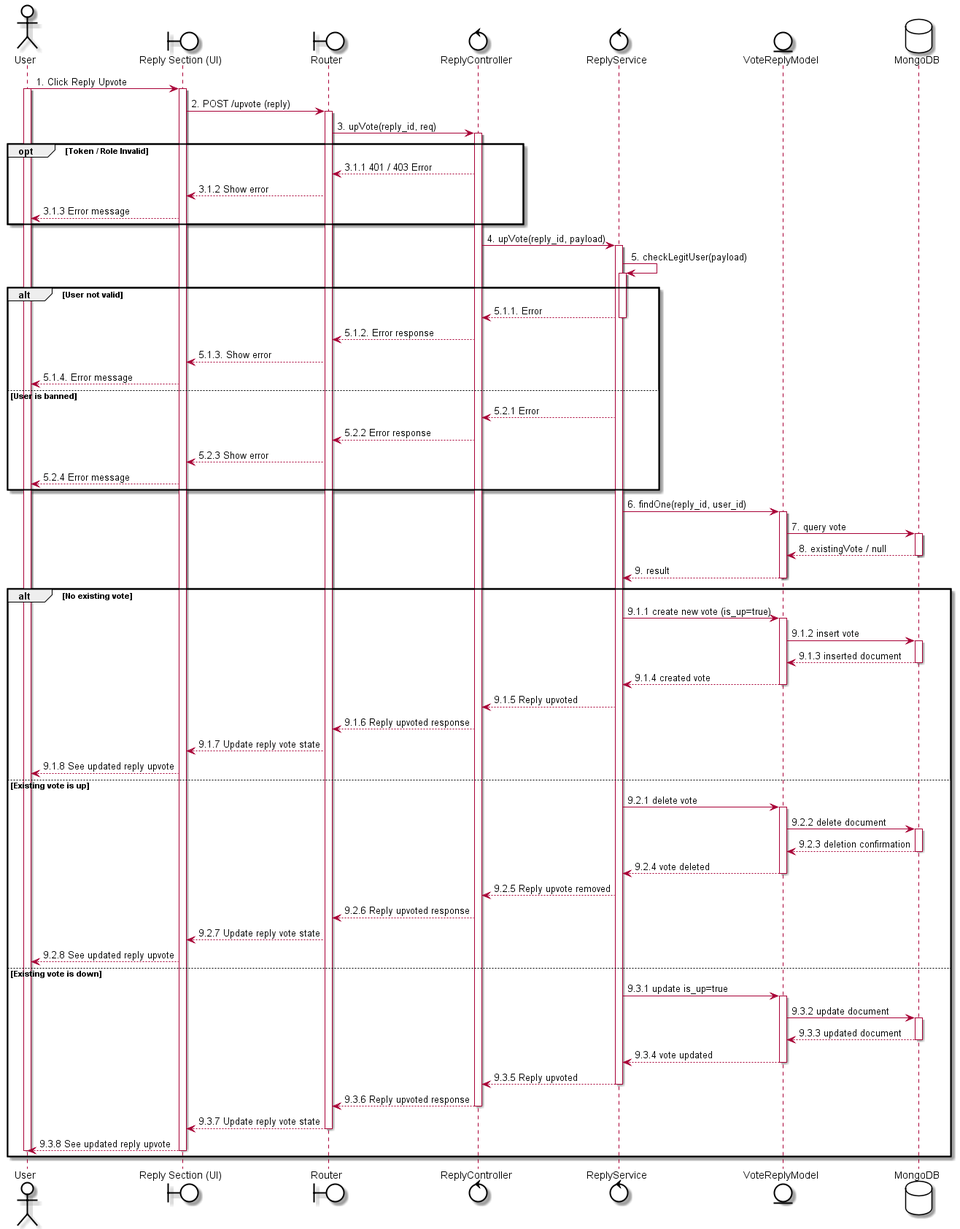
This is out/uc48 - upvote reply/uc48 - upvote reply.png from LGK1412/sequence_sep490_01, a PlantUML export, as it was before one commit. Source of this version:
```plantuml
@startuml
skinparam {
    ActorBackgroundColor #FFFFFF
    BoundaryBackgroundColor #FFFFFF
    ControlBackgroundColor #FFFFFF
    EntityBackgroundColor #FFFFFF
    DatabaseBackgroundColor #FFFFFF

    ActorBorderColor black
    BoundaryBorderColor black
    ControlBorderColor black
    EntityBorderColor black
    DatabaseBorderColor black
}

actor User
boundary "Reply Section (UI)" as UI
boundary Router
control ReplyController
control ReplyService
entity VoteReplyModel
database MongoDB

User -> UI: 1. Click Reply Upvote
activate User
activate UI

UI -> Router: 2. POST /upvote (reply)
activate Router

Router -> ReplyController: 3. upVote(reply_id, req)
activate ReplyController

opt Token / Role Invalid
    ReplyController --> Router: 3.1.1 401 / 403 Error
    Router --> UI: 3.1.2 Show error
    UI --> User: 3.1.3 Error message
end

ReplyController -> ReplyService: 4. upVote(reply_id, payload)
activate ReplyService

ReplyService -> ReplyService: 5. checkLegitUser(payload)
activate ReplyService

alt User not valid
    ReplyService --> ReplyController: 5.1.1. Error
    deactivate ReplyService
    ReplyController --> Router: 5.1.2. Error response
    Router --> UI: 5.1.3. Show error
    UI --> User: 5.1.4. Error message
else User is banned
    ReplyService --> ReplyController: 5.2.1 Error
    ReplyController --> Router: 5.2.2 Error response
    Router --> UI: 5.2.3 Show error
    UI --> User: 5.2.4 Error message
end

ReplyService -> VoteReplyModel: 6. findOne(reply_id, user_id)
activate VoteReplyModel
VoteReplyModel -> MongoDB: 7. query vote
activate MongoDB
MongoDB --> VoteReplyModel: 8. existingVote / null
deactivate MongoDB
VoteReplyModel --> ReplyService: 9. result
deactivate VoteReplyModel

alt No existing vote
    ReplyService -> VoteReplyModel: 9.1.1 create new vote (is_up=true)
    activate VoteReplyModel
    VoteReplyModel -> MongoDB: 9.1.2 insert vote
    activate MongoDB
    MongoDB --> VoteReplyModel: 9.1.3 inserted document
    deactivate MongoDB
    VoteReplyModel --> ReplyService: 9.1.4 created vote
    deactivate VoteReplyModel
    ReplyService --> ReplyController: 9.1.5 Reply upvoted
    ReplyController --> Router: 9.1.6 Reply upvoted response
    Router --> UI: 9.1.7 Update reply vote state
    UI --> User: 9.1.8 See updated reply upvote
else Existing vote is up
    ReplyService -> VoteReplyModel: 9.2.1 delete vote
    activate VoteReplyModel
    VoteReplyModel -> MongoDB: 9.2.2 delete document
    activate MongoDB
    MongoDB --> VoteReplyModel: 9.2.3 deletion confirmation
    deactivate MongoDB
    VoteReplyModel --> ReplyService: 9.2.4 vote deleted
    deactivate VoteReplyModel
    ReplyService --> ReplyController: 9.2.5 Reply upvote removed
    ReplyController --> Router: 9.2.6 Reply upvoted response
    Router --> UI: 9.2.7 Update reply vote state
    UI --> User: 9.2.8 See updated reply upvote
else Existing vote is down
    ReplyService -> VoteReplyModel: 9.3.1 update is_up=true
    activate VoteReplyModel
    VoteReplyModel -> MongoDB: 9.3.2 update document
    activate MongoDB
    MongoDB --> VoteReplyModel: 9.3.3 updated document
    deactivate MongoDB
    VoteReplyModel --> ReplyService: 9.3.4 vote updated
    deactivate VoteReplyModel
    ReplyService --> ReplyController: 9.3.5 Reply upvoted
    deactivate ReplyService
    ReplyController --> Router: 9.3.6 Reply upvoted response
    deactivate ReplyController
    Router --> UI: 9.3.7 Update reply vote state
    deactivate Router
    UI --> User: 9.3.8 See updated reply upvote
    deactivate UI
    deactivate User
end
@enduml
```
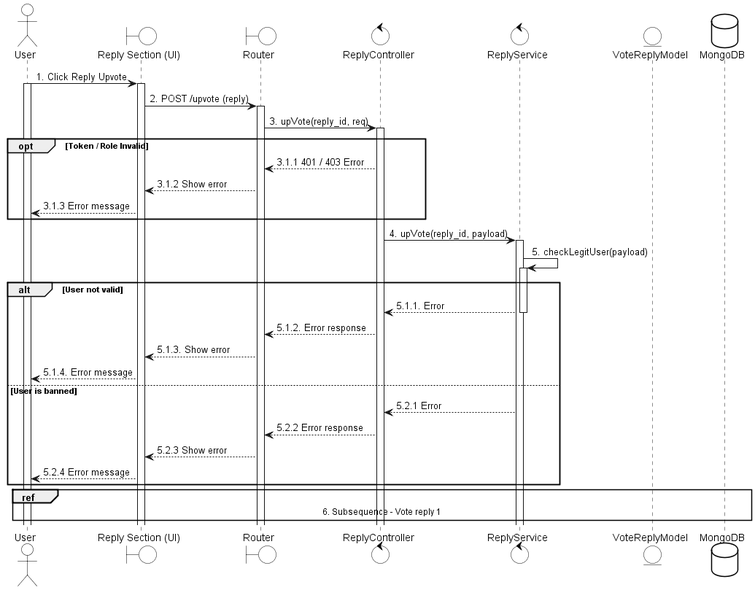
After the commit.

Diff of the diagram source:
```diff
@@ -56,58 +56,8 @@
     UI --> User: 5.2.4 Error message
 end
 
-ReplyService -> VoteReplyModel: 6. findOne(reply_id, user_id)
-activate VoteReplyModel
-VoteReplyModel -> MongoDB: 7. query vote
-activate MongoDB
-MongoDB --> VoteReplyModel: 8. existingVote / null
-deactivate MongoDB
-VoteReplyModel --> ReplyService: 9. result
-deactivate VoteReplyModel
+ref over User, MongoDB
+    6. Subsequence - Vote reply 1
+end ref
 
-alt No existing vote
-    ReplyService -> VoteReplyModel: 9.1.1 create new vote (is_up=true)
-    activate VoteReplyModel
-    VoteReplyModel -> MongoDB: 9.1.2 insert vote
-    activate MongoDB
-    MongoDB --> VoteReplyModel: 9.1.3 inserted document
-    deactivate MongoDB
-    VoteReplyModel --> ReplyService: 9.1.4 created vote
-    deactivate VoteReplyModel
-    ReplyService --> ReplyController: 9.1.5 Reply upvoted
-    ReplyController --> Router: 9.1.6 Reply upvoted response
-    Router --> UI: 9.1.7 Update reply vote state
-    UI --> User: 9.1.8 See updated reply upvote
-else Existing vote is up
-    ReplyService -> VoteReplyModel: 9.2.1 delete vote
-    activate VoteReplyModel
-    VoteReplyModel -> MongoDB: 9.2.2 delete document
-    activate MongoDB
-    MongoDB --> VoteReplyModel: 9.2.3 deletion confirmation
-    deactivate MongoDB
-    VoteReplyModel --> ReplyService: 9.2.4 vote deleted
-    deactivate VoteReplyModel
-    ReplyService --> ReplyController: 9.2.5 Reply upvote removed
-    ReplyController --> Router: 9.2.6 Reply upvoted response
-    Router --> UI: 9.2.7 Update reply vote state
-    UI --> User: 9.2.8 See updated reply upvote
-else Existing vote is down
-    ReplyService -> VoteReplyModel: 9.3.1 update is_up=true
-    activate VoteReplyModel
-    VoteReplyModel -> MongoDB: 9.3.2 update document
-    activate MongoDB
-    MongoDB --> VoteReplyModel: 9.3.3 updated document
-    deactivate MongoDB
-    VoteReplyModel --> ReplyService: 9.3.4 vote updated
-    deactivate VoteReplyModel
-    ReplyService --> ReplyController: 9.3.5 Reply upvoted
-    deactivate ReplyService
-    ReplyController --> Router: 9.3.6 Reply upvoted response
-    deactivate ReplyController
-    Router --> UI: 9.3.7 Update reply vote state
-    deactivate Router
-    UI --> User: 9.3.8 See updated reply upvote
-    deactivate UI
-    deactivate User
-end
 @enduml
```
